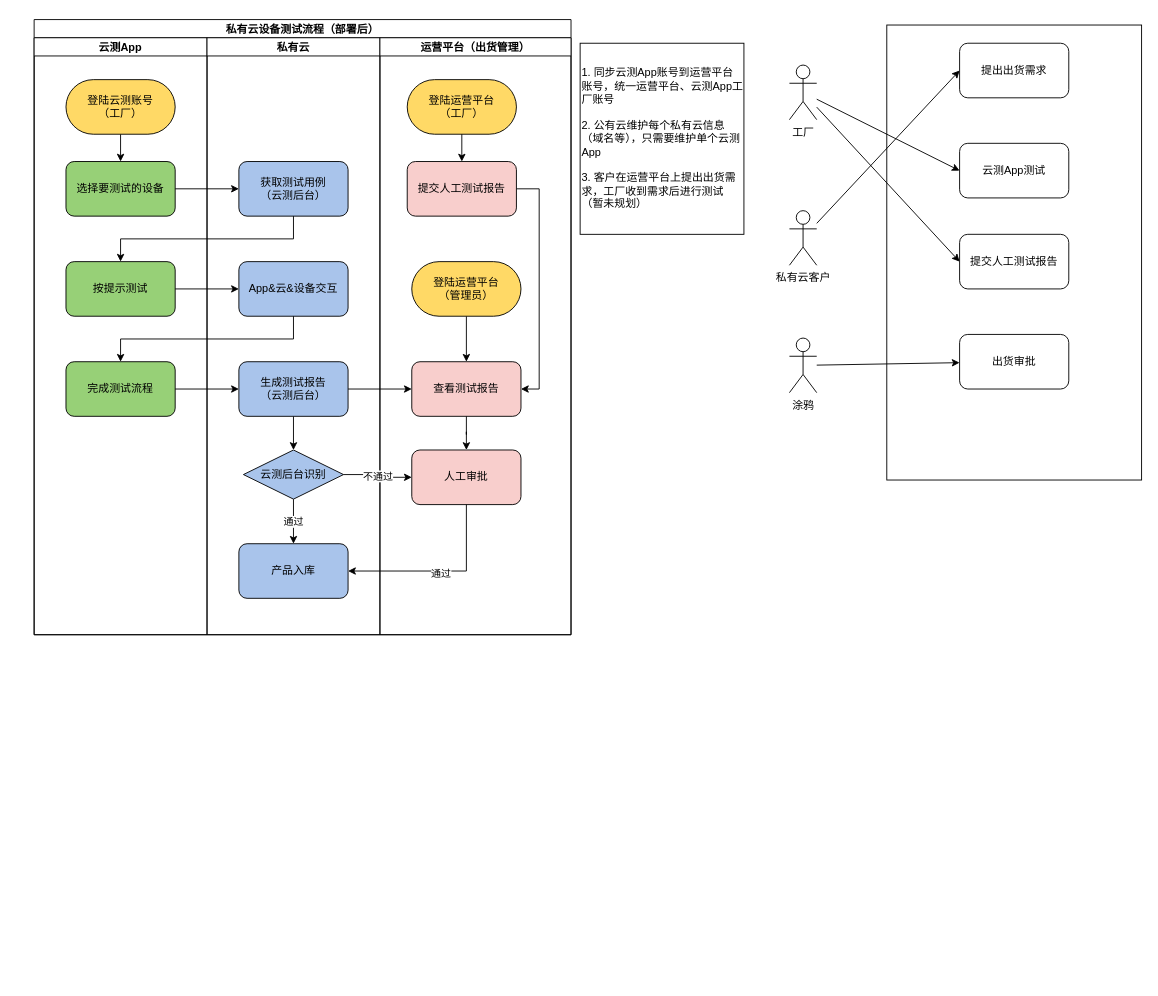
Earlier version of the draw.io diagram page "出货流程" (4 of 4) of Cube_workflow.drawio (Sidamor/drawio). Source tidied: cells renumbered, new cells numbered last; positions are measured from the earlier drawing's top-left corner, leaving out a move shared by most shapes. Both pictures are drawn from the tidied source at 91%, with x=0, y=0 at pixel (34, 19).
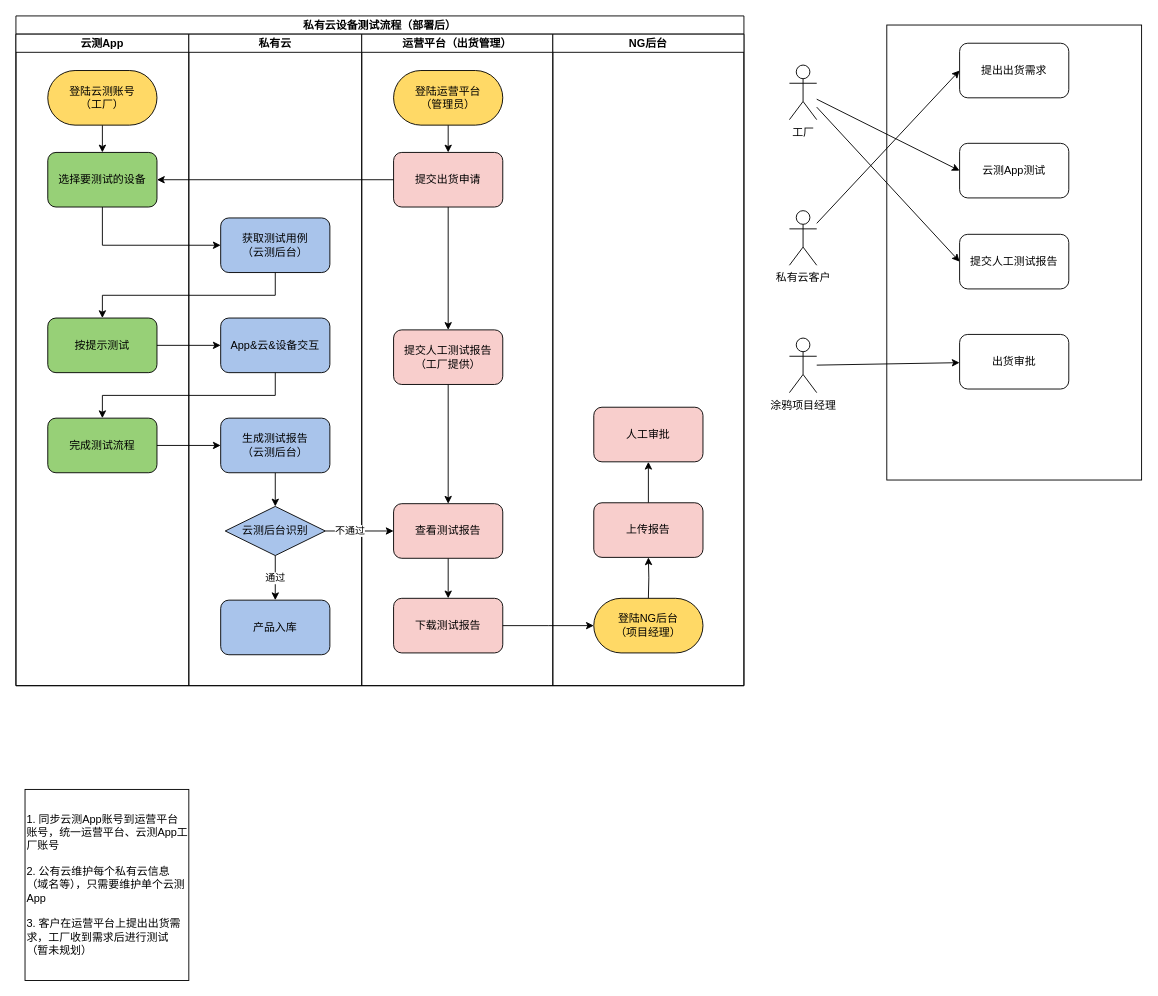
Above is the later version.

Unchanged cells that the change refers to:
```xml
<mxCell id="2" style="group;" parent="1" vertex="1">
  <mxGeometry x="830" y="6" width="387" height="500" as="geometry" />
</mxCell>
```

What changed in the source:
```diff
@@
-    <mxCell id="5" value="涂鸦" style="shape=umlActor;verticalLabelPosition=bottom;verticalAlign=top;html=1;outlineConnect=0;" parent="2" vertex="1">
+    <mxCell id="5" value="涂鸦项目经理" style="shape=umlActor;verticalLabelPosition=bottom;verticalAlign=top;html=1;outlineConnect=0;" parent="2" vertex="1">
       <mxGeometry y="344" width="30" height="60" as="geometry" />
     </mxCell>
@@
     <mxCell id="15" value="私有云设备测试流程（部署后）" style="swimlane;startSize=20;" parent="1" vertex="1">
-      <mxGeometry width="590" height="676" as="geometry" />
+      <mxGeometry x="-20" y="-4" width="800" height="736" as="geometry" />
     </mxCell>
     <mxCell id="16" value="云测App" style="swimlane;startSize=20;" parent="15" vertex="1">
-      <mxGeometry y="20" width="190" height="656" as="geometry" />
+      <mxGeometry y="20" width="190" height="716" as="geometry" />
     </mxCell>
-    <mxCell id="17" style="edgeStyle=none;rounded=0;jettySize=auto;html=1;" parent="16" edge="1" source="18" target="19">
+    <mxCell id="17" style="edgeStyle=orthogonalEdgeStyle;rounded=0;jettySize=auto;html=1;exitX=0.5;exitY=1;exitDx=0;exitDy=0;entryX=0.5;entryY=0;entryDx=0;entryDy=0;startArrow=none;startFill=0;" parent="16" edge="1" source="18" target="19">
       <mxGeometry relative="1" as="geometry" />
     </mxCell>
     <mxCell id="18" value="登陆云测账号&lt;br&gt;（工厂）" style="rounded=1;whiteSpace=wrap;html=1;fillColor=#FFD966;arcSize=50;" parent="16" vertex="1">
-      <mxGeometry x="35" y="46" width="120" height="60" as="geometry" />
+      <mxGeometry x="35" y="40" width="120" height="60" as="geometry" />
     </mxCell>
     <mxCell id="19" value="选择要测试的设备" style="rounded=1;whiteSpace=wrap;html=1;fillColor=#97D077;" parent="16" vertex="1">
-      <mxGeometry x="35" y="136" width="120" height="60" as="geometry" />
+      <mxGeometry x="35" y="130" width="120" height="60" as="geometry" />
     </mxCell>
     <mxCell id="20" value="按提示测试" style="rounded=1;whiteSpace=wrap;html=1;fillColor=#97D077;" parent="16" vertex="1">
-      <mxGeometry x="35" y="246" width="120" height="60" as="geometry" />
+      <mxGeometry x="35" y="312" width="120" height="60" as="geometry" />
     </mxCell>
     <mxCell id="21" value="完成测试流程" style="rounded=1;whiteSpace=wrap;html=1;fillColor=#97D077;" parent="16" vertex="1">
-      <mxGeometry x="35" y="356" width="120" height="60" as="geometry" />
+      <mxGeometry x="35" y="422" width="120" height="60" as="geometry" />
     </mxCell>
     <mxCell id="22" value="私有云" style="swimlane;startSize=20;" parent="15" vertex="1">
-      <mxGeometry x="190" y="20" width="190" height="656" as="geometry" />
+      <mxGeometry x="190" y="20" width="190" height="716" as="geometry" />
     </mxCell>
     <mxCell id="23" value="获取测试用例&lt;br&gt;（云测后台）" style="rounded=1;whiteSpace=wrap;html=1;fillColor=#A9C4EB;" parent="22" vertex="1">
-      <mxGeometry x="35" y="136" width="120" height="60" as="geometry" />
+      <mxGeometry x="35" y="202" width="120" height="60" as="geometry" />
     </mxCell>
     <mxCell id="24" value="App&amp;amp;云&amp;amp;设备交互" style="rounded=1;whiteSpace=wrap;html=1;fillColor=#A9C4EB;" parent="22" vertex="1">
-      <mxGeometry x="35" y="246" width="120" height="60" as="geometry" />
+      <mxGeometry x="35" y="312" width="120" height="60" as="geometry" />
     </mxCell>
@@
     <mxCell id="26" value="生成测试报告&lt;br&gt;（云测后台）" style="rounded=1;whiteSpace=wrap;html=1;fillColor=#A9C4EB;" parent="22" vertex="1">
-      <mxGeometry x="35" y="356" width="120" height="60" as="geometry" />
+      <mxGeometry x="35" y="422" width="120" height="60" as="geometry" />
     </mxCell>
@@
     <mxCell id="28" value="云测后台识别" style="rhombus;whiteSpace=wrap;html=1;fillColor=#A9C4EB;" parent="22" vertex="1">
-      <mxGeometry x="40" y="453" width="110" height="54" as="geometry" />
+      <mxGeometry x="40" y="519" width="110" height="54" as="geometry" />
     </mxCell>
     <mxCell id="29" value="产品入库" style="rounded=1;whiteSpace=wrap;html=1;fillColor=#A9C4EB;" parent="22" vertex="1">
-      <mxGeometry x="35" y="556" width="120" height="60" as="geometry" />
+      <mxGeometry x="35" y="622" width="120" height="60" as="geometry" />
     </mxCell>
     <mxCell id="30" value="运营平台（出货管理）" style="swimlane;startSize=20;" parent="15" vertex="1">
-      <mxGeometry x="380" y="20" width="210" height="656" as="geometry" />
+      <mxGeometry x="380" y="20" width="210" height="716" as="geometry" />
     </mxCell>
+    <mxCell id="50" style="edgeStyle=orthogonalEdgeStyle;rounded=0;jettySize=auto;html=1;startArrow=none;startFill=0;" parent="30" edge="1" source="31" target="56">
+      <mxGeometry relative="1" as="geometry" />
+    </mxCell>
     <mxCell id="31" value="查看测试报告" style="rounded=1;whiteSpace=wrap;html=1;fillColor=#F8CECC;" parent="30" vertex="1">
-      <mxGeometry x="35" y="356" width="120" height="60" as="geometry" />
+      <mxGeometry x="35" y="516" width="120" height="60" as="geometry" />
     </mxCell>
-    <mxCell id="32" style="edgeStyle=orthogonalEdgeStyle;rounded=0;jettySize=auto;html=1;exitX=0.5;exitY=1;exitDx=0;exitDy=0;startArrow=none;startFill=0;" parent="30" edge="1" source="33" target="31">
-      <mxGeometry relative="1" as="geometry" />
-    </mxCell>
+    <mxCell id="51" style="edgeStyle=orthogonalEdgeStyle;rounded=0;jettySize=auto;html=1;exitX=0.5;exitY=1;exitDx=0;exitDy=0;entryX=0.5;entryY=0;entryDx=0;entryDy=0;startArrow=none;startFill=0;" parent="30" edge="1" source="33" target="53">
+      <mxGeometry relative="1" as="geometry" />
+    </mxCell>
     <mxCell id="33" value="登陆运营平台&lt;br&gt;（管理员）" style="rounded=1;whiteSpace=wrap;html=1;fillColor=#FFD966;arcSize=50;" parent="30" vertex="1">
-      <mxGeometry x="35" y="246" width="120" height="60" as="geometry" />
+      <mxGeometry x="35" y="40" width="120" height="60" as="geometry" />
     </mxCell>
+    <mxCell id="52" style="edgeStyle=orthogonalEdgeStyle;rounded=0;jettySize=auto;html=1;startArrow=none;startFill=0;" parent="30" edge="1" source="53" target="55">
+      <mxGeometry relative="1" as="geometry" />
+    </mxCell>
+    <mxCell id="53" value="提交出货申请" style="rounded=1;whiteSpace=wrap;html=1;fillColor=#F8CECC;" parent="30" vertex="1">
+      <mxGeometry x="35" y="130" width="120" height="60" as="geometry" />
+    </mxCell>
+    <mxCell id="54" style="edgeStyle=orthogonalEdgeStyle;rounded=0;jettySize=auto;html=1;exitX=0.5;exitY=1;exitDx=0;exitDy=0;startArrow=none;startFill=0;" parent="30" edge="1" source="55" target="31">
+      <mxGeometry relative="1" as="geometry" />
+    </mxCell>
+    <mxCell id="55" value="提交人工测试报告&lt;br&gt;（工厂提供）" style="rounded=1;whiteSpace=wrap;html=1;fillColor=#F8CECC;" parent="30" vertex="1">
+      <mxGeometry x="35" y="325" width="120" height="60" as="geometry" />
+    </mxCell>
+    <mxCell id="56" value="下载测试报告" style="rounded=1;whiteSpace=wrap;html=1;fillColor=#F8CECC;" parent="30" vertex="1">
+      <mxGeometry x="35" y="620" width="120" height="60" as="geometry" />
+    </mxCell>
+    <mxCell id="57" value="NG后台" style="swimlane;startSize=20;" parent="15" vertex="1">
+      <mxGeometry x="590" y="20" width="210" height="716" as="geometry" />
+    </mxCell>
+    <mxCell id="58" style="edgeStyle=orthogonalEdgeStyle;rounded=0;jettySize=auto;html=1;startArrow=none;startFill=0;" parent="57" edge="1" source="34" target="60">
+      <mxGeometry relative="1" as="geometry" />
+    </mxCell>
-    <mxCell id="34" value="人工审批" style="rounded=1;whiteSpace=wrap;html=1;fillColor=#F8CECC;" parent="30" vertex="1">
-      <mxGeometry x="35" y="453" width="120" height="60" as="geometry" />
+    <mxCell id="34" value="上传报告" style="rounded=1;whiteSpace=wrap;html=1;fillColor=#F8CECC;" parent="57" vertex="1">
+      <mxGeometry x="45" y="515" width="120" height="60" as="geometry" />
     </mxCell>
-    <mxCell id="35" style="edgeStyle=orthogonalEdgeStyle;rounded=0;jettySize=auto;html=1;startArrow=none;startFill=0;exitX=0.5;exitY=1;exitDx=0;exitDy=0;" parent="30" edge="1" source="31" target="34">
-      <mxGeometry relative="1" as="geometry" />
-    </mxCell>
-    <mxCell id="36" value="登陆运营平台&lt;br&gt;（工厂）" style="rounded=1;whiteSpace=wrap;html=1;fillColor=#FFD966;arcSize=50;" parent="30" vertex="1">
-      <mxGeometry x="30" y="46" width="120" height="60" as="geometry" />
-    </mxCell>
-    <mxCell id="37" style="edgeStyle=orthogonalEdgeStyle;rounded=0;jettySize=auto;html=1;exitX=1;exitY=0.5;exitDx=0;exitDy=0;entryX=1;entryY=0.5;entryDx=0;entryDy=0;startArrow=none;startFill=0;" parent="30" edge="1" source="38" target="31">
-      <mxGeometry relative="1" as="geometry" />
-    </mxCell>
-    <mxCell id="38" value="提交人工测试报告" style="rounded=1;whiteSpace=wrap;html=1;fillColor=#F8CECC;" parent="30" vertex="1">
-      <mxGeometry x="30" y="136" width="120" height="60" as="geometry" />
-    </mxCell>
-    <mxCell id="39" style="edgeStyle=orthogonalEdgeStyle;rounded=0;jettySize=auto;html=1;exitX=0.5;exitY=1;exitDx=0;exitDy=0;startArrow=none;startFill=0;entryX=0.5;entryY=0;entryDx=0;entryDy=0;" parent="30" edge="1" source="36" target="38">
-      <mxGeometry relative="1" as="geometry" />
-    </mxCell>
-    <mxCell id="40" style="edgeStyle=none;rounded=0;jettySize=auto;html=1;" parent="15" edge="1" source="19" target="23">
-      <mxGeometry relative="1" as="geometry" />
-    </mxCell>
+    <mxCell id="59" style="edgeStyle=orthogonalEdgeStyle;rounded=0;jettySize=auto;html=1;exitX=0.5;exitY=0;exitDx=0;exitDy=0;entryX=0.5;entryY=1;entryDx=0;entryDy=0;startArrow=none;startFill=0;" parent="57" edge="1" target="34">
+      <mxGeometry relative="1" as="geometry">
+        <mxPoint x="105" y="620" as="sourcePoint" />
+      </mxGeometry>
+    </mxCell>
+    <mxCell id="60" value="人工审批" style="rounded=1;whiteSpace=wrap;html=1;fillColor=#F8CECC;" parent="57" vertex="1">
+      <mxGeometry x="45" y="410" width="120" height="60" as="geometry" />
+    </mxCell>
+    <mxCell id="61" value="登陆NG后台&lt;br&gt;（项目经理）" style="rounded=1;whiteSpace=wrap;html=1;fillColor=#FFD966;arcSize=50;" parent="57" vertex="1">
+      <mxGeometry x="45" y="620" width="120" height="60" as="geometry" />
+    </mxCell>
@@
-    <mxCell id="45" style="edgeStyle=orthogonalEdgeStyle;rounded=0;jettySize=auto;html=1;startArrow=none;startFill=0;" parent="15" edge="1" source="26" target="31">
-      <mxGeometry relative="1" as="geometry" />
-    </mxCell>
+    <mxCell id="40" style="edgeStyle=orthogonalEdgeStyle;rounded=0;jettySize=auto;html=1;exitX=0.5;exitY=1;exitDx=0;exitDy=0;entryX=0;entryY=0.5;entryDx=0;entryDy=0;startArrow=none;startFill=0;" parent="15" edge="1" source="19" target="23">
+      <mxGeometry relative="1" as="geometry" />
+    </mxCell>
+    <mxCell id="62" style="edgeStyle=orthogonalEdgeStyle;rounded=0;jettySize=auto;html=1;exitX=0;exitY=0.5;exitDx=0;exitDy=0;entryX=1;entryY=0.5;entryDx=0;entryDy=0;startArrow=none;startFill=0;" parent="15" edge="1" source="53" target="19">
+      <mxGeometry relative="1" as="geometry" />
+    </mxCell>
+    <mxCell id="63" style="edgeStyle=orthogonalEdgeStyle;rounded=0;jettySize=auto;html=1;exitX=1;exitY=0.5;exitDx=0;exitDy=0;entryX=0;entryY=0.5;entryDx=0;entryDy=0;startArrow=none;startFill=0;" parent="15" edge="1" source="28" target="31">
+      <mxGeometry relative="1" as="geometry" />
+    </mxCell>
-    <mxCell id="46" value="不通过" style="edgeStyle=orthogonalEdgeStyle;rounded=0;jettySize=auto;html=1;exitX=1;exitY=0.5;exitDx=0;exitDy=0;startArrow=none;startFill=0;" parent="15" edge="1" source="28" target="34">
-      <mxGeometry relative="1" as="geometry" />
+    <mxCell id="46" value="不通过" style="edgeLabel;html=1;align=center;verticalAlign=middle;" parent="63" vertex="1">
+      <mxGeometry x="-0.31" y="1" relative="1" as="geometry" />
     </mxCell>
-    <mxCell id="47" style="edgeStyle=orthogonalEdgeStyle;rounded=0;jettySize=auto;html=1;exitX=0.5;exitY=1;exitDx=0;exitDy=0;entryX=1;entryY=0.5;entryDx=0;entryDy=0;startArrow=none;startFill=0;" parent="15" edge="1" source="34" target="29">
-      <mxGeometry relative="1" as="geometry" />
-    </mxCell>
-    <mxCell id="48" value="通过" style="edgeLabel;html=1;align=center;verticalAlign=middle;" parent="47" vertex="1">
-      <mxGeometry y="2" relative="1" as="geometry" />
-    </mxCell>
+    <mxCell id="64" style="edgeStyle=orthogonalEdgeStyle;rounded=0;jettySize=auto;html=1;exitX=1;exitY=0.5;exitDx=0;exitDy=0;entryX=0;entryY=0.5;entryDx=0;entryDy=0;startArrow=none;startFill=0;" parent="15" edge="1" source="56">
+      <mxGeometry relative="1" as="geometry">
+        <mxPoint x="635" y="670" as="targetPoint" />
+      </mxGeometry>
+    </mxCell>
     <mxCell id="49" value="&lt;span style=&quot;&quot;&gt;1.&amp;nbsp;&lt;/span&gt;&lt;span style=&quot;&quot;&gt;同步云测App账号到运营平台账号，统一运营平台、云测App工厂账号&lt;br&gt;&lt;br&gt;2. 公有云维护每个私有云信息（域名等），只需要维护单个云测App&lt;br&gt;&lt;br&gt;3. 客户在运营平台上提出出货需求，工厂收到需求后进行测试（暂未规划）&lt;/span&gt;" style="rounded=0;whiteSpace=wrap;html=1;fillColor=none;align=left;" parent="1" vertex="1">
-      <mxGeometry x="600" y="26" width="180" height="210" as="geometry" />
+      <mxGeometry x="-10" y="846" width="180" height="210" as="geometry" />
     </mxCell>
```
